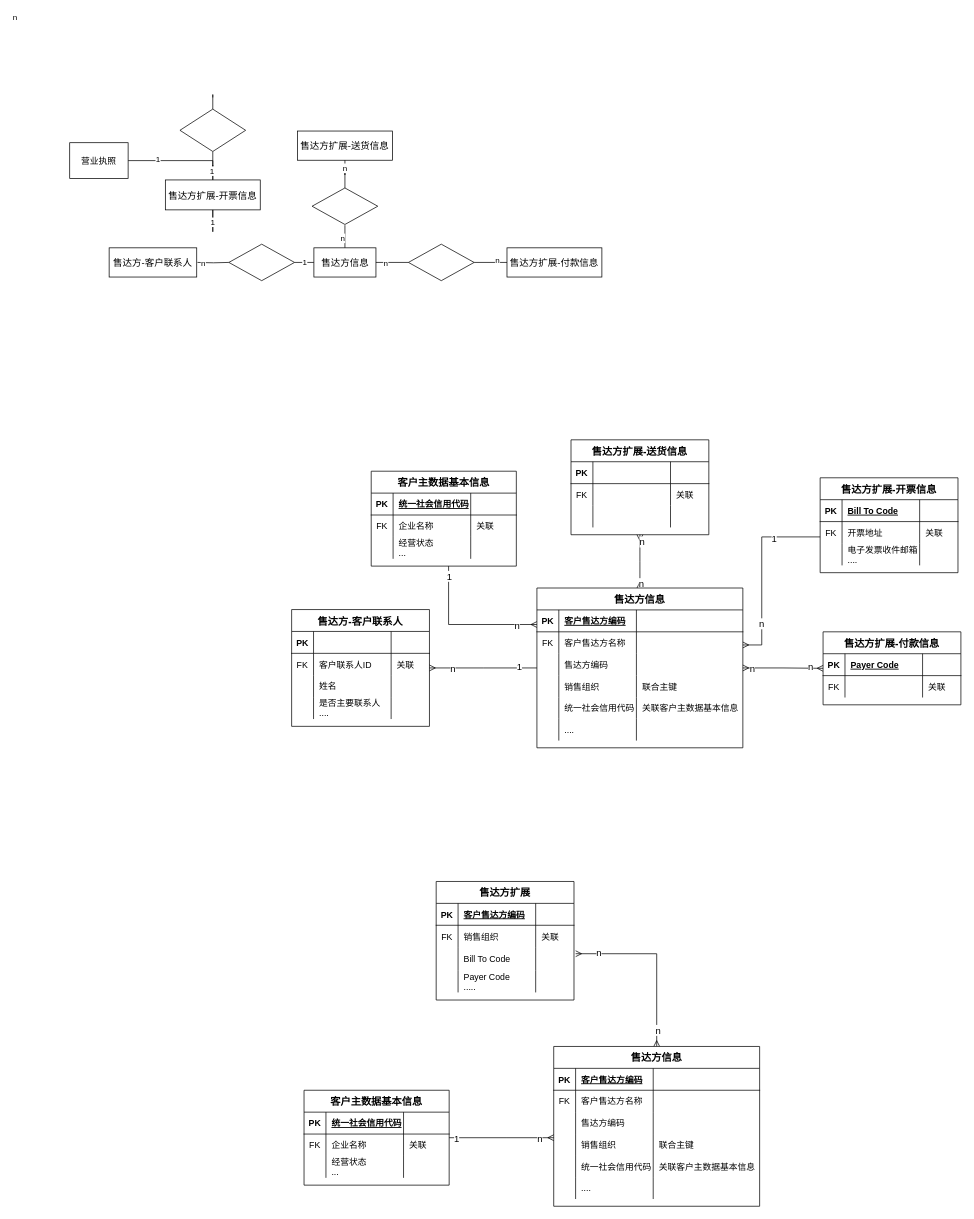
winky02/pics keeps this draw.io diagram as 客户ER图.drawio. Above is the earlier version. Source tidied: cells renumbered, new cells numbered last; positions are measured from the earlier drawing's top-left corner, leaving out a move shared by most shapes. Both pictures are drawn from the tidied source at 73%, with x=0, y=0 at pixel (69, 97).
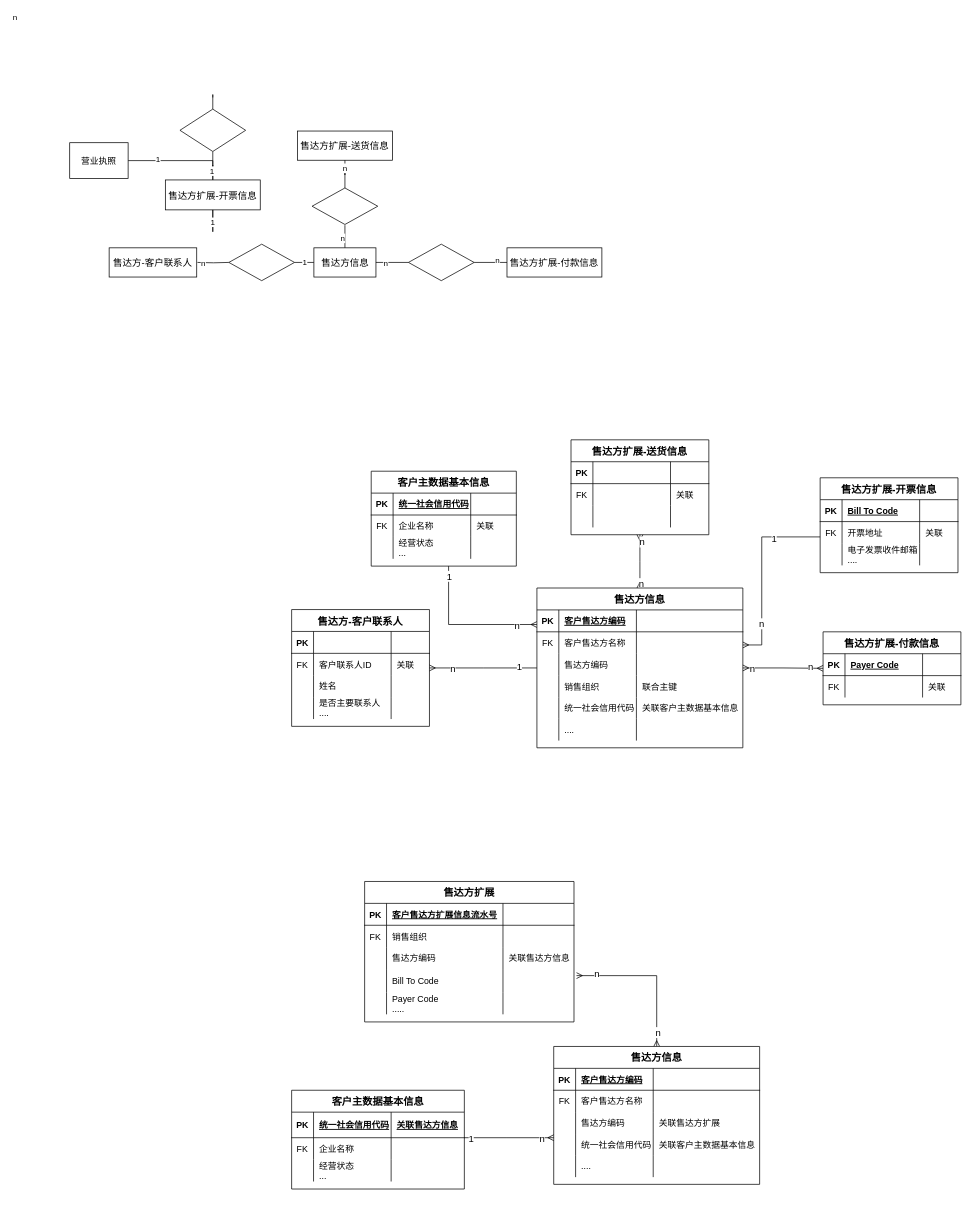
After the change.

The change refers to these unchanged cells:
```xml
<mxCell id="151" style="shape=partialRectangle;fillColor=none;top=0;left=0;right=0;bottom=0;" parent="142" vertex="1">
  <mxGeometry y="90" width="282.1" height="30" as="geometry" />
</mxCell>
```

The edit, as a diff of the source:
```diff
@@
     <mxCell id="142" value="售达方信息" style="shape=table;startSize=30;childLayout=tableLayout;rowLines=0;fontStyle=1;align=center;fontSize=14;" parent="1" vertex="1">
-      <mxGeometry x="663" y="1300" width="282.1" height="218.9" as="geometry" />
+      <mxGeometry x="663" y="1300" width="282.1" height="188.9" as="geometry" />
     </mxCell>
@@
-    <mxCell id="154" style="shape=partialRectangle;overflow=hidden;fillColor=none;top=0;left=0;bottom=0;right=0;align=left;spacingLeft=6;" parent="151" vertex="1">
+    <mxCell id="154" value="关联售达方扩展" style="shape=partialRectangle;overflow=hidden;fillColor=none;top=0;left=0;bottom=0;right=0;align=left;spacingLeft=6;" parent="151" vertex="1">
       <mxGeometry x="136.3" width="145.8" height="30" as="geometry" />
     </mxCell>
-    <mxCell id="155" style="shape=partialRectangle;fillColor=none;top=0;left=0;right=0;bottom=0;" parent="142" vertex="1">
-      <mxGeometry y="120" width="282.1" height="30" as="geometry" />
-    </mxCell>
-    <mxCell id="156" style="shape=partialRectangle;overflow=hidden;fillColor=none;top=0;left=0;bottom=0;right=0;" parent="155" vertex="1">
-      <mxGeometry width="30" height="30" as="geometry" />
-    </mxCell>
-    <mxCell id="157" value="销售组织" style="shape=partialRectangle;overflow=hidden;fillColor=none;top=0;left=0;bottom=0;right=0;align=left;spacingLeft=6;" parent="155" vertex="1">
-      <mxGeometry x="30" width="106.3" height="30" as="geometry" />
-    </mxCell>
-    <mxCell id="158" value="联合主键" style="shape=partialRectangle;overflow=hidden;fillColor=none;top=0;left=0;bottom=0;right=0;align=left;spacingLeft=6;" parent="155" vertex="1">
-      <mxGeometry x="136.3" width="145.8" height="30" as="geometry" />
-    </mxCell>
     <mxCell id="159" style="shape=partialRectangle;fillColor=none;top=0;left=0;right=0;bottom=0;" parent="142" vertex="1">
-      <mxGeometry y="150" width="282.1" height="29" as="geometry" />
+      <mxGeometry y="120" width="282.1" height="29" as="geometry" />
     </mxCell>
@@
     <mxCell id="163" style="shape=partialRectangle;fillColor=none;top=0;left=0;right=0;bottom=0;" parent="142" vertex="1">
-      <mxGeometry y="179" width="282.1" height="30" as="geometry" />
+      <mxGeometry y="149" width="282.1" height="30" as="geometry" />
     </mxCell>
@@
     <mxCell id="167" value="售达方扩展" style="shape=table;startSize=30;childLayout=tableLayout;rowLines=0;fontStyle=1;align=center;fontSize=14;" parent="1" vertex="1">
-      <mxGeometry x="502" y="1074" width="188.8" height="162.4" as="geometry" />
+      <mxGeometry x="404" y="1074" width="286.8" height="192.4" as="geometry" />
     </mxCell>
     <mxCell id="168" style="shape=partialRectangle;fillColor=none;top=0;left=0;right=0;bottom=1;" parent="167" vertex="1">
-      <mxGeometry y="30" width="188.8" height="30" as="geometry" />
+      <mxGeometry y="30" width="286.8" height="30" as="geometry" />
     </mxCell>
@@
-    <mxCell id="170" value="客户售达方编码" style="shape=partialRectangle;overflow=hidden;fillColor=none;top=0;left=0;bottom=0;right=0;align=left;spacingLeft=6;fontStyle=5;" parent="168" vertex="1">
-      <mxGeometry x="30" width="106.3" height="30" as="geometry" />
+    <mxCell id="170" value="客户售达方扩展信息流水号" style="shape=partialRectangle;overflow=hidden;fillColor=none;top=0;left=0;bottom=0;right=0;align=left;spacingLeft=6;fontStyle=5;" parent="168" vertex="1">
+      <mxGeometry x="30" width="159.5" height="30" as="geometry" />
     </mxCell>
     <mxCell id="171" style="shape=partialRectangle;overflow=hidden;fillColor=none;top=0;left=0;bottom=0;right=0;align=left;spacingLeft=6;fontStyle=5;" parent="168" vertex="1">
-      <mxGeometry x="136.3" width="52.5" height="30" as="geometry" />
+      <mxGeometry x="189.5" width="97.3" height="30" as="geometry" />
     </mxCell>
     <mxCell id="172" style="shape=partialRectangle;fillColor=none;top=0;left=0;right=0;bottom=0;" parent="167" vertex="1">
-      <mxGeometry y="60" width="188.8" height="30" as="geometry" />
+      <mxGeometry y="60" width="286.8" height="30" as="geometry" />
     </mxCell>
@@
     <mxCell id="174" value="销售组织" style="shape=partialRectangle;overflow=hidden;fillColor=none;top=0;left=0;bottom=0;right=0;align=left;spacingLeft=6;" parent="172" vertex="1">
-      <mxGeometry x="30" width="106.3" height="30" as="geometry" />
+      <mxGeometry x="30" width="159.5" height="30" as="geometry" />
     </mxCell>
-    <mxCell id="175" value="关联" style="shape=partialRectangle;overflow=hidden;fillColor=none;top=0;left=0;bottom=0;right=0;align=left;spacingLeft=6;" parent="172" vertex="1">
-      <mxGeometry x="136.3" width="52.5" height="30" as="geometry" />
+    <mxCell id="175" style="shape=partialRectangle;overflow=hidden;fillColor=none;top=0;left=0;bottom=0;right=0;align=left;spacingLeft=6;" parent="172" vertex="1">
+      <mxGeometry x="189.5" width="97.3" height="30" as="geometry" />
     </mxCell>
+    <mxCell id="197" style="shape=partialRectangle;fillColor=none;top=0;left=0;right=0;bottom=0;" parent="167" vertex="1">
+      <mxGeometry y="90" width="286.8" height="30" as="geometry" />
+    </mxCell>
+    <mxCell id="156" style="shape=partialRectangle;overflow=hidden;fillColor=none;top=0;left=0;bottom=0;right=0;" parent="197" vertex="1">
+      <mxGeometry width="30" height="30" as="geometry" />
+    </mxCell>
+    <mxCell id="198" value="售达方编码" style="shape=partialRectangle;overflow=hidden;fillColor=none;top=0;left=0;bottom=0;right=0;align=left;spacingLeft=6;" parent="197" vertex="1">
+      <mxGeometry x="30" width="159.5" height="30" as="geometry" />
+    </mxCell>
+    <mxCell id="199" value="关联售达方信息" style="shape=partialRectangle;overflow=hidden;fillColor=none;top=0;left=0;bottom=0;right=0;align=left;spacingLeft=6;" parent="197" vertex="1">
+      <mxGeometry x="189.5" width="97.3" height="30" as="geometry" />
+    </mxCell>
     <mxCell id="176" style="shape=partialRectangle;fillColor=none;points=[[0,0.5],[1,0.5]];portConstraint=eastwest;top=0;left=0;right=0;bottom=0;" parent="167" vertex="1">
-      <mxGeometry y="90" width="188.8" height="32" as="geometry" />
+      <mxGeometry y="120" width="286.8" height="32" as="geometry" />
     </mxCell>
@@
     <mxCell id="178" value="Bill To Code" style="shape=partialRectangle;overflow=hidden;fillColor=none;top=0;left=0;bottom=0;right=0;align=left;spacingLeft=6;" parent="176" vertex="1">
-      <mxGeometry x="30" width="106.3" height="32" as="geometry" />
+      <mxGeometry x="30" width="159.5" height="32" as="geometry" />
     </mxCell>
     <mxCell id="179" style="shape=partialRectangle;overflow=hidden;fillColor=none;top=0;left=0;bottom=0;right=0;align=left;spacingLeft=6;" parent="176" vertex="1">
-      <mxGeometry x="136.3" width="52.5" height="32" as="geometry" />
+      <mxGeometry x="189.5" width="97.3" height="32" as="geometry" />
     </mxCell>
     <mxCell id="180" style="shape=partialRectangle;fillColor=none;top=0;left=0;right=0;bottom=0;" parent="167" vertex="1">
-      <mxGeometry y="122" width="188.8" height="30" as="geometry" />
+      <mxGeometry y="152" width="286.8" height="30" as="geometry" />
     </mxCell>
@@
     <mxCell id="182" value="Payer Code&#10;....." style="shape=partialRectangle;overflow=hidden;fillColor=none;top=0;left=0;bottom=0;right=0;align=left;spacingLeft=6;" parent="180" vertex="1">
-      <mxGeometry x="30" width="106.3" height="30" as="geometry" />
+      <mxGeometry x="30" width="159.5" height="30" as="geometry" />
     </mxCell>
     <mxCell id="183" style="shape=partialRectangle;overflow=hidden;fillColor=none;top=0;left=0;bottom=0;right=0;align=left;spacingLeft=6;" parent="180" vertex="1">
-      <mxGeometry x="136.3" width="52.5" height="30" as="geometry" />
+      <mxGeometry x="189.5" width="97.3" height="30" as="geometry" />
     </mxCell>
     <mxCell id="184" value="客户主数据基本信息" style="shape=table;startSize=30;childLayout=tableLayout;rowLines=0;fontStyle=1;align=center;fontSize=14;" parent="1" vertex="1">
-      <mxGeometry x="321" y="1360" width="198.8" height="130" as="geometry" />
+      <mxGeometry x="304" y="1360" width="236.6" height="135.3" as="geometry" />
     </mxCell>
     <mxCell id="185" style="shape=partialRectangle;fillColor=none;top=0;left=0;right=0;bottom=1;" parent="184" vertex="1">
-      <mxGeometry y="30" width="198.8" height="30" as="geometry" />
+      <mxGeometry y="30" width="236.6" height="35" as="geometry" />
     </mxCell>
     <mxCell id="186" value="PK" style="shape=partialRectangle;overflow=hidden;fillColor=none;top=0;left=0;bottom=0;right=0;fontStyle=1;" parent="185" vertex="1">
-      <mxGeometry width="30" height="30" as="geometry" />
+      <mxGeometry width="30" height="35" as="geometry" />
     </mxCell>
     <mxCell id="187" value="统一社会信用代码" style="shape=partialRectangle;overflow=hidden;fillColor=none;top=0;left=0;bottom=0;right=0;align=left;spacingLeft=6;fontStyle=5;" parent="185" vertex="1">
-      <mxGeometry x="30" width="106.3" height="30" as="geometry" />
+      <mxGeometry x="30" width="106.3" height="35" as="geometry" />
     </mxCell>
-    <mxCell id="188" style="shape=partialRectangle;overflow=hidden;fillColor=none;top=0;left=0;bottom=0;right=0;align=left;spacingLeft=6;fontStyle=5;" parent="185" vertex="1">
-      <mxGeometry x="136.3" width="62.5" height="30" as="geometry" />
+    <mxCell id="188" value="关联售达方信息" style="shape=partialRectangle;overflow=hidden;fillColor=none;top=0;left=0;bottom=0;right=0;align=left;spacingLeft=6;fontStyle=5;" parent="185" vertex="1">
+      <mxGeometry x="136.3" width="100.3" height="35" as="geometry" />
     </mxCell>
     <mxCell id="189" style="shape=partialRectangle;fillColor=none;top=0;left=0;right=0;bottom=0;" parent="184" vertex="1">
-      <mxGeometry y="60" width="198.8" height="30" as="geometry" />
+      <mxGeometry y="65" width="236.6" height="30" as="geometry" />
     </mxCell>
@@
-    <mxCell id="192" value="关联" style="shape=partialRectangle;overflow=hidden;fillColor=none;top=0;left=0;bottom=0;right=0;align=left;spacingLeft=6;" parent="189" vertex="1">
-      <mxGeometry x="136.3" width="62.5" height="30" as="geometry" />
+    <mxCell id="192" style="shape=partialRectangle;overflow=hidden;fillColor=none;top=0;left=0;bottom=0;right=0;align=left;spacingLeft=6;" parent="189" vertex="1">
+      <mxGeometry x="136.3" width="100.3" height="30" as="geometry" />
     </mxCell>
     <mxCell id="193" style="shape=partialRectangle;fillColor=none;top=0;left=0;right=0;bottom=0;" parent="184" vertex="1">
-      <mxGeometry y="90" width="198.8" height="30" as="geometry" />
+      <mxGeometry y="95" width="236.6" height="30" as="geometry" />
     </mxCell>
@@
     <mxCell id="196" style="shape=partialRectangle;overflow=hidden;fillColor=none;top=0;left=0;bottom=0;right=0;align=left;spacingLeft=6;" parent="193" vertex="1">
-      <mxGeometry x="136.3" width="62.5" height="30" as="geometry" />
+      <mxGeometry x="136.3" width="100.3" height="30" as="geometry" />
     </mxCell>
```
